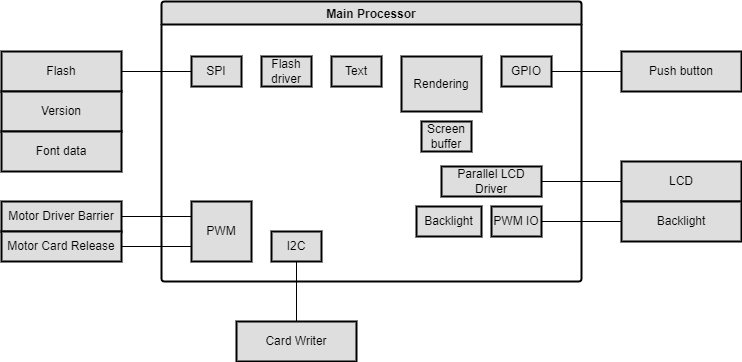
Above: Week-01/Exercise-01/SmartParkingLotT1.png in acafons/MakingEmbeddedSystems (draw.io), before the change. Source tidied: cells renumbered, new cells last; positions are measured from the earlier drawing's top-left corner, leaving out a move shared by most shapes. Source of this version:
```xml
<mxGraphModel>
  <root>
    <mxCell id="0" />
    <mxCell id="1" parent="0" />
    <mxCell id="2" value="Main Processor" style="swimlane;rounded=1;shadow=0;fillColor=#DEDEDE;arcSize=4;strokeWidth=2;" parent="1" vertex="1">
      <mxGeometry x="160" width="420" height="280" as="geometry" />
    </mxCell>
    <mxCell id="3" value="SPI" style="rounded=0;whiteSpace=wrap;html=1;shadow=0;glass=0;sketch=0;strokeWidth=2;fillColor=#DEDEDE;" parent="2" vertex="1">
      <mxGeometry x="30" y="55" width="50" height="30" as="geometry" />
    </mxCell>
    <mxCell id="4" value="Flash&lt;br&gt;driver" style="rounded=0;whiteSpace=wrap;html=1;shadow=0;glass=0;sketch=0;strokeWidth=2;fillColor=#DEDEDE;" parent="2" vertex="1">
      <mxGeometry x="100" y="55" width="50" height="30" as="geometry" />
    </mxCell>
    <mxCell id="5" value="Rendering" style="rounded=0;whiteSpace=wrap;html=1;shadow=0;glass=0;sketch=0;strokeWidth=2;fillColor=#DEDEDE;" parent="2" vertex="1">
      <mxGeometry x="240" y="55" width="80" height="55" as="geometry" />
    </mxCell>
    <mxCell id="6" value="Parallel LCD&lt;br&gt;Driver" style="rounded=0;whiteSpace=wrap;html=1;shadow=0;glass=0;sketch=0;strokeWidth=2;fillColor=#DEDEDE;" parent="2" vertex="1">
      <mxGeometry x="280" y="165" width="100" height="30" as="geometry" />
    </mxCell>
    <mxCell id="7" value="Screen&lt;br&gt;buffer" style="rounded=0;whiteSpace=wrap;html=1;shadow=0;glass=0;sketch=0;strokeWidth=2;fillColor=#DEDEDE;" parent="2" vertex="1">
      <mxGeometry x="260" y="120" width="50" height="30" as="geometry" />
    </mxCell>
    <mxCell id="8" value="PWM IO" style="rounded=0;whiteSpace=wrap;html=1;shadow=0;glass=0;sketch=0;strokeWidth=2;fillColor=#DEDEDE;" parent="2" vertex="1">
      <mxGeometry x="330" y="205" width="50" height="30" as="geometry" />
    </mxCell>
    <mxCell id="9" value="Backlight" style="rounded=0;whiteSpace=wrap;html=1;shadow=0;glass=0;sketch=0;strokeWidth=2;fillColor=#DEDEDE;" parent="2" vertex="1">
      <mxGeometry x="255" y="205" width="65" height="30" as="geometry" />
    </mxCell>
    <mxCell id="10" value="GPIO" style="rounded=0;whiteSpace=wrap;html=1;shadow=0;glass=0;sketch=0;strokeWidth=2;fillColor=#DEDEDE;" parent="2" vertex="1">
      <mxGeometry x="340" y="55" width="50" height="30" as="geometry" />
    </mxCell>
    <mxCell id="11" value="PWM" style="rounded=0;whiteSpace=wrap;html=1;shadow=0;glass=0;sketch=0;strokeWidth=2;fillColor=#DEDEDE;" parent="2" vertex="1">
      <mxGeometry x="30" y="200" width="60" height="60" as="geometry" />
    </mxCell>
    <mxCell id="12" value="I2C" style="rounded=0;whiteSpace=wrap;html=1;shadow=0;glass=0;sketch=0;strokeWidth=2;fillColor=#DEDEDE;" parent="2" vertex="1">
      <mxGeometry x="110" y="230" width="50" height="30" as="geometry" />
    </mxCell>
    <mxCell id="13" value="Text" style="rounded=0;whiteSpace=wrap;html=1;shadow=0;glass=0;sketch=0;strokeWidth=2;fillColor=#DEDEDE;" parent="2" vertex="1">
      <mxGeometry x="170" y="55" width="50" height="30" as="geometry" />
    </mxCell>
    <mxCell id="14" value="Flash" style="rounded=0;whiteSpace=wrap;html=1;shadow=0;strokeWidth=2;fillColor=#DEDEDE;sketch=0;glass=0;" parent="1" vertex="1">
      <mxGeometry y="50" width="120" height="40" as="geometry" />
    </mxCell>
    <mxCell id="15" value="Version" style="rounded=0;whiteSpace=wrap;html=1;shadow=0;strokeWidth=2;fillColor=#DEDEDE;sketch=0;glass=0;" parent="1" vertex="1">
      <mxGeometry y="90" width="120" height="40" as="geometry" />
    </mxCell>
    <mxCell id="16" value="Font data" style="rounded=0;whiteSpace=wrap;html=1;shadow=0;strokeWidth=2;fillColor=#DEDEDE;sketch=0;glass=0;" parent="1" vertex="1">
      <mxGeometry y="130" width="120" height="40" as="geometry" />
    </mxCell>
    <mxCell id="17" value="LCD" style="rounded=0;whiteSpace=wrap;html=1;shadow=0;strokeWidth=2;fillColor=#DEDEDE;sketch=0;glass=0;" parent="1" vertex="1">
      <mxGeometry x="620" y="160" width="120" height="40" as="geometry" />
    </mxCell>
    <mxCell id="18" style="edgeStyle=orthogonalEdgeStyle;rounded=0;jettySize=auto;html=1;exitX=0;exitY=0.5;exitDx=0;exitDy=0;entryX=1;entryY=0.5;entryDx=0;entryDy=0;endArrow=none;endFill=0;" parent="1" edge="1" source="19" target="8">
      <mxGeometry relative="1" as="geometry" />
    </mxCell>
    <mxCell id="19" value="Backlight" style="rounded=0;whiteSpace=wrap;html=1;shadow=0;strokeWidth=2;fillColor=#DEDEDE;sketch=0;glass=0;" parent="1" vertex="1">
      <mxGeometry x="620" y="200" width="120" height="40" as="geometry" />
    </mxCell>
    <mxCell id="20" style="endArrow=none;html=1;rounded=0;exitX=1;exitY=0.5;exitDx=0;exitDy=0;entryX=0;entryY=0.5;entryDx=0;entryDy=0;" parent="1" edge="1" source="14" target="3">
      <mxGeometry relative="1" as="geometry" />
    </mxCell>
    <mxCell id="21" style="endArrow=none;html=1;rounded=0;entryX=0;entryY=0.5;entryDx=0;entryDy=0;exitX=1;exitY=0.5;exitDx=0;exitDy=0;" parent="1" edge="1" source="6" target="17">
      <mxGeometry relative="1" as="geometry" />
    </mxCell>
    <mxCell id="22" value="Push button" style="rounded=0;whiteSpace=wrap;html=1;shadow=0;strokeWidth=2;fillColor=#DEDEDE;sketch=0;glass=0;" parent="1" vertex="1">
      <mxGeometry x="620" y="50" width="120" height="40" as="geometry" />
    </mxCell>
    <mxCell id="23" style="endArrow=none;html=1;rounded=0;entryX=0;entryY=0.5;entryDx=0;entryDy=0;exitX=1;exitY=0.5;exitDx=0;exitDy=0;" parent="1" edge="1" source="10" target="22">
      <mxGeometry relative="1" as="geometry" />
    </mxCell>
    <mxCell id="24" value="Motor Driver Barrier" style="rounded=0;whiteSpace=wrap;html=1;shadow=0;strokeWidth=2;fillColor=#DEDEDE;sketch=0;glass=0;" parent="1" vertex="1">
      <mxGeometry y="200" width="120" height="30" as="geometry" />
    </mxCell>
    <mxCell id="25" value="Motor Card Release" style="rounded=0;whiteSpace=wrap;html=1;shadow=0;strokeWidth=2;fillColor=#DEDEDE;sketch=0;glass=0;" parent="1" vertex="1">
      <mxGeometry y="230" width="120" height="30" as="geometry" />
    </mxCell>
    <mxCell id="26" style="endArrow=none;html=1;rounded=0;exitX=1;exitY=0.5;exitDx=0;exitDy=0;entryX=0;entryY=0.25;entryDx=0;entryDy=0;" parent="1" edge="1" source="24" target="11">
      <mxGeometry relative="1" as="geometry" />
    </mxCell>
    <mxCell id="27" style="endArrow=none;html=1;rounded=0;exitX=1;exitY=0.5;exitDx=0;exitDy=0;entryX=0;entryY=0.75;entryDx=0;entryDy=0;" parent="1" edge="1" source="25" target="11">
      <mxGeometry relative="1" as="geometry" />
    </mxCell>
    <mxCell id="28" value="Card Writer" style="rounded=0;whiteSpace=wrap;html=1;shadow=0;strokeWidth=2;fillColor=#DEDEDE;sketch=0;glass=0;" parent="1" vertex="1">
      <mxGeometry x="235" y="320" width="120" height="40" as="geometry" />
    </mxCell>
    <mxCell id="29" style="endArrow=none;html=1;rounded=0;exitX=0.5;exitY=0;exitDx=0;exitDy=0;entryX=0.5;entryY=1;entryDx=0;entryDy=0;" parent="1" edge="1" source="28" target="12">
      <mxGeometry relative="1" as="geometry" />
    </mxCell>
  </root>
</mxGraphModel>
```
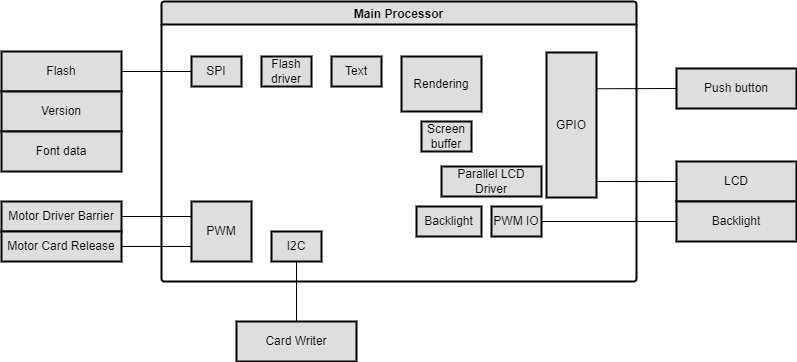
The same file after the commit.

Commit message:
Add hardware block diagram and update software block diagram

Diff of the diagram source:
```diff
@@ -3,7 +3,7 @@
     <mxCell id="0" />
     <mxCell id="1" parent="0" />
     <mxCell id="2" value="Main Processor" style="swimlane;rounded=1;shadow=0;fillColor=#DEDEDE;arcSize=4;strokeWidth=2;" parent="1" vertex="1">
-      <mxGeometry x="160" width="420" height="280" as="geometry" />
+      <mxGeometry x="160" width="475" height="280" as="geometry" />
     </mxCell>
     <mxCell id="3" value="SPI" style="rounded=0;whiteSpace=wrap;html=1;shadow=0;glass=0;sketch=0;strokeWidth=2;fillColor=#DEDEDE;" parent="2" vertex="1">
       <mxGeometry x="30" y="55" width="50" height="30" as="geometry" />
@@ -27,7 +27,7 @@
       <mxGeometry x="255" y="205" width="65" height="30" as="geometry" />
     </mxCell>
     <mxCell id="10" value="GPIO" style="rounded=0;whiteSpace=wrap;html=1;shadow=0;glass=0;sketch=0;strokeWidth=2;fillColor=#DEDEDE;" parent="2" vertex="1">
-      <mxGeometry x="340" y="55" width="50" height="30" as="geometry" />
+      <mxGeometry x="385" y="51" width="50" height="145" as="geometry" />
     </mxCell>
     <mxCell id="11" value="PWM" style="rounded=0;whiteSpace=wrap;html=1;shadow=0;glass=0;sketch=0;strokeWidth=2;fillColor=#DEDEDE;" parent="2" vertex="1">
       <mxGeometry x="30" y="200" width="60" height="60" as="geometry" />
@@ -48,24 +48,24 @@
       <mxGeometry y="130" width="120" height="40" as="geometry" />
     </mxCell>
     <mxCell id="17" value="LCD" style="rounded=0;whiteSpace=wrap;html=1;shadow=0;strokeWidth=2;fillColor=#DEDEDE;sketch=0;glass=0;" parent="1" vertex="1">
-      <mxGeometry x="620" y="160" width="120" height="40" as="geometry" />
+      <mxGeometry x="675" y="160" width="120" height="40" as="geometry" />
     </mxCell>
     <mxCell id="18" style="edgeStyle=orthogonalEdgeStyle;rounded=0;jettySize=auto;html=1;exitX=0;exitY=0.5;exitDx=0;exitDy=0;entryX=1;entryY=0.5;entryDx=0;entryDy=0;endArrow=none;endFill=0;" parent="1" edge="1" source="19" target="8">
       <mxGeometry relative="1" as="geometry" />
     </mxCell>
     <mxCell id="19" value="Backlight" style="rounded=0;whiteSpace=wrap;html=1;shadow=0;strokeWidth=2;fillColor=#DEDEDE;sketch=0;glass=0;" parent="1" vertex="1">
-      <mxGeometry x="620" y="200" width="120" height="40" as="geometry" />
+      <mxGeometry x="675" y="200" width="120" height="40" as="geometry" />
     </mxCell>
     <mxCell id="20" style="endArrow=none;html=1;rounded=0;exitX=1;exitY=0.5;exitDx=0;exitDy=0;entryX=0;entryY=0.5;entryDx=0;entryDy=0;" parent="1" edge="1" source="14" target="3">
       <mxGeometry relative="1" as="geometry" />
     </mxCell>
-    <mxCell id="21" style="endArrow=none;html=1;rounded=0;entryX=0;entryY=0.5;entryDx=0;entryDy=0;exitX=1;exitY=0.5;exitDx=0;exitDy=0;" parent="1" edge="1" source="6" target="17">
+    <mxCell id="21" style="endArrow=none;html=1;rounded=0;entryX=0;entryY=0.5;entryDx=0;entryDy=0;exitX=1.02;exitY=0.89;exitDx=0;exitDy=0;exitPerimeter=0;" parent="1" edge="1" source="10" target="17">
       <mxGeometry relative="1" as="geometry" />
     </mxCell>
     <mxCell id="22" value="Push button" style="rounded=0;whiteSpace=wrap;html=1;shadow=0;strokeWidth=2;fillColor=#DEDEDE;sketch=0;glass=0;" parent="1" vertex="1">
-      <mxGeometry x="620" y="50" width="120" height="40" as="geometry" />
+      <mxGeometry x="675" y="67" width="120" height="40" as="geometry" />
     </mxCell>
-    <mxCell id="23" style="endArrow=none;html=1;rounded=0;entryX=0;entryY=0.5;entryDx=0;entryDy=0;exitX=1;exitY=0.5;exitDx=0;exitDy=0;" parent="1" edge="1" source="10" target="22">
+    <mxCell id="23" style="endArrow=none;html=1;rounded=0;entryX=0;entryY=0.5;entryDx=0;entryDy=0;exitX=1;exitY=0.25;exitDx=0;exitDy=0;" parent="1" edge="1" source="10" target="22">
       <mxGeometry relative="1" as="geometry" />
     </mxCell>
     <mxCell id="24" value="Motor Driver Barrier" style="rounded=0;whiteSpace=wrap;html=1;shadow=0;strokeWidth=2;fillColor=#DEDEDE;sketch=0;glass=0;" parent="1" vertex="1">
```
